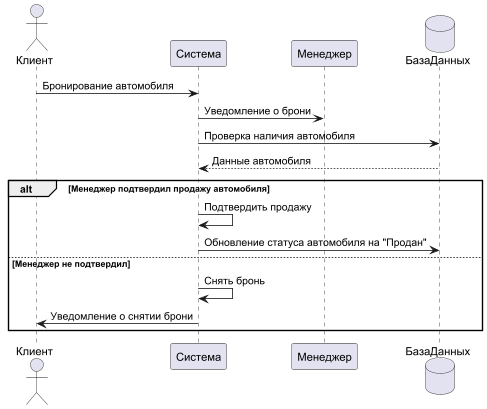
Psinavkvadrate/KPO_DEMONSTRATION keeps this PlantUML diagram as diagrams/posl.png. Above is the earlier version.
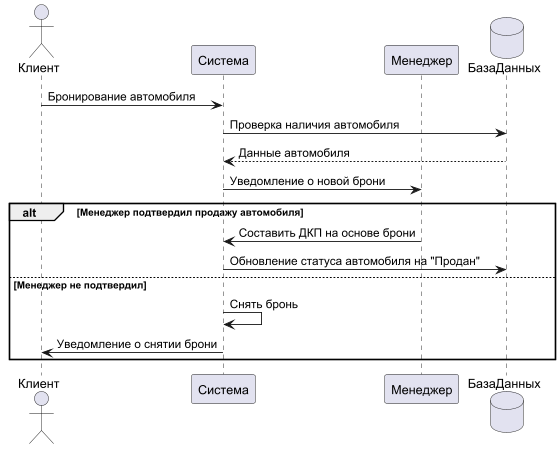
After the change.

Change to the diagram source:
```diff
@@ -5,12 +5,12 @@
 database БазаДанных
 
 Клиент -> System: Бронирование автомобиля
-System -> Менеджер: Уведомление о брони
 System -> БазаДанных: Проверка наличия автомобиля
 БазаДанных --> System: Данные автомобиля
+System -> Менеджер: Уведомление о новой брони
 
 alt Менеджер подтвердил продажу автомобиля
-    System -> System: Подтвердить продажу
+    Менеджер -> System: Составить ДКП на основе брони
     System -> БазаДанных: Обновление статуса автомобиля на "Продан"
 else Менеджер не подтвердил
     System -> System: Снять бронь
```
